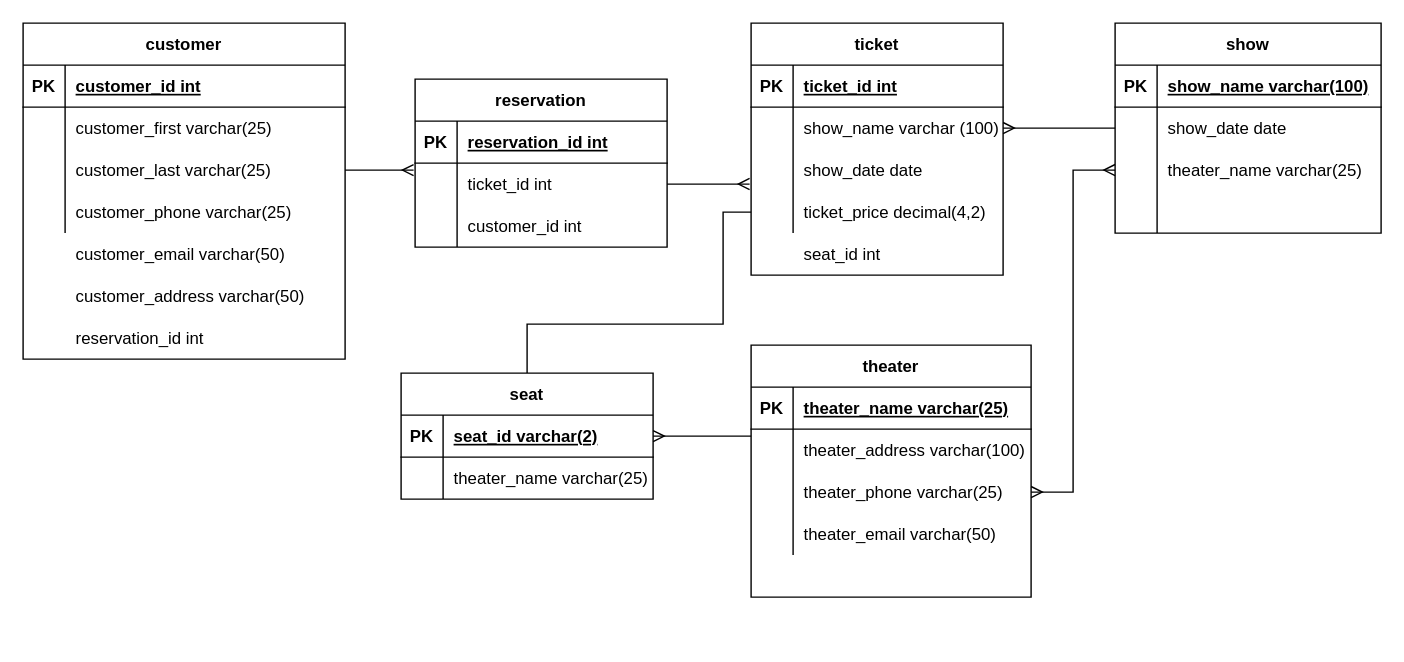
Above: diagram.drawio in cdoty7/tiny-theaters (draw.io), before the change. Source tidied: cells renumbered, new cells numbered last; positions are measured from the earlier drawing's top-left corner, leaving out a move shared by most shapes. Both pictures are drawn from the tidied source at 140%, with x=0, y=0 at pixel (22, 22).
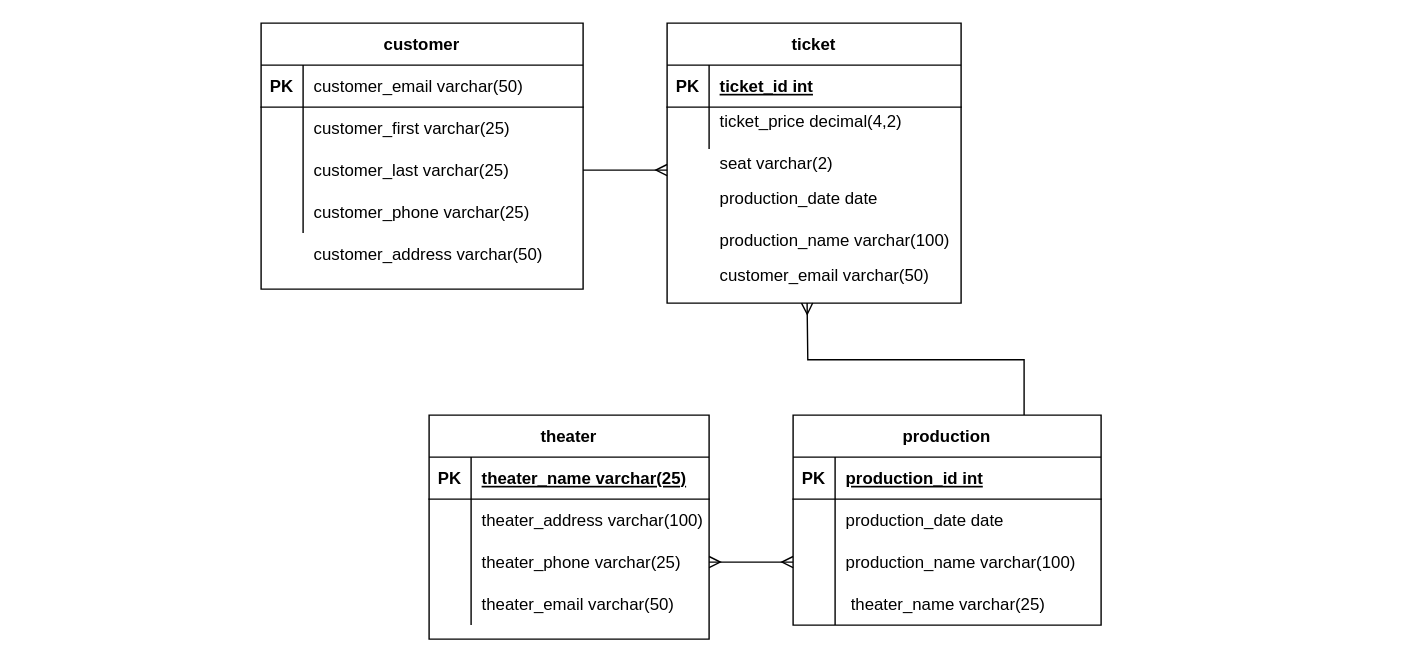
The same page after the edit.

The change refers to these unchanged cells:
```xml
<mxCell id="3" style="shape=partialRectangle;fillColor=none;top=0;left=0;bottom=1;right=0;" parent="2" vertex="1">
  <mxGeometry y="30" width="230" height="30" as="geometry" />
</mxCell>
<mxCell id="9" style="shape=partialRectangle;fillColor=none;top=0;left=0;bottom=0;right=0;points=[[0,0.5],[1,0.5]];portConstraint=eastwest;" parent="2" vertex="1">
  <mxGeometry y="90" width="230" height="30" as="geometry" />
</mxCell>
<mxCell id="21" style="shape=partialRectangle;fillColor=none;top=0;left=0;bottom=0;right=0;points=[[0,0.5],[1,0.5]];portConstraint=eastwest;" parent="17" vertex="1">
  <mxGeometry y="60" width="200" height="30" as="geometry" />
</mxCell>
```

Change to the diagram source:
```diff
@@
     <mxCell id="2" value="customer" style="shape=table;startSize=30;childLayout=tableLayout;rowLines=0;fontStyle=1;align=center;" parent="1" vertex="1">
-      <mxGeometry width="230" height="240" as="geometry" />
+      <mxGeometry x="170" width="230" height="190" as="geometry" />
     </mxCell>
@@
-    <mxCell id="5" value="customer_id int" style="shape=partialRectangle;fillColor=none;top=0;left=0;bottom=0;right=0;align=left;spacingLeft=6;fontStyle=5;overflow=hidden;" parent="3" vertex="1">
+    <mxCell id="5" style="shape=partialRectangle;fillColor=none;top=0;left=0;bottom=0;right=0;align=left;spacingLeft=6;fontStyle=5;overflow=hidden;" parent="3" vertex="1">
       <mxGeometry x="30" width="200" height="30" as="geometry" />
     </mxCell>
@@
     <mxCell id="15" value="customer_address varchar(50)" style="shape=partialRectangle;fillColor=none;top=0;left=0;bottom=0;right=0;align=left;spacingLeft=6;overflow=hidden;" parent="1" vertex="1">
-      <mxGeometry x="30" y="180" width="200" height="30" as="geometry" />
+      <mxGeometry x="200" y="150" width="200" height="30" as="geometry" />
     </mxCell>
-    <mxCell id="16" value="reservation_id int" style="shape=partialRectangle;fillColor=none;top=0;left=0;bottom=0;right=0;align=left;spacingLeft=6;overflow=hidden;" parent="1" vertex="1">
-      <mxGeometry x="30" y="210" width="150" height="30" as="geometry" />
-    </mxCell>
     <mxCell id="17" value="theater" style="shape=table;startSize=30;childLayout=tableLayout;rowLines=0;fontStyle=1;align=center;" parent="1" vertex="1">
-      <mxGeometry x="520" y="230" width="200" height="180" as="geometry" />
+      <mxGeometry x="290" y="280" width="200" height="160" as="geometry" />
     </mxCell>
@@
-    <mxCell id="30" value="seat_id int" style="shape=partialRectangle;fillColor=none;top=0;left=0;bottom=0;right=0;align=left;spacingLeft=6;overflow=hidden;" parent="1" vertex="1">
-      <mxGeometry x="550" y="150" width="150" height="30" as="geometry" />
+    <mxCell id="30" value="seat varchar(2)" style="shape=partialRectangle;fillColor=none;top=0;left=0;bottom=0;right=0;align=left;spacingLeft=6;overflow=hidden;" parent="1" vertex="1">
+      <mxGeometry x="490" y="85" width="150" height="30" as="geometry" />
     </mxCell>
     <mxCell id="31" value="customer_email varchar(50)" style="shape=partialRectangle;fillColor=none;top=0;left=0;bottom=0;right=0;align=left;spacingLeft=6;overflow=hidden;" parent="1" vertex="1">
-      <mxGeometry x="30" y="150" width="200" height="30" as="geometry" />
+      <mxGeometry x="200" y="30" width="200" height="30" as="geometry" />
     </mxCell>
-    <mxCell id="32" value="show" style="shape=table;startSize=30;childLayout=tableLayout;rowLines=0;fontStyle=1;align=center;" parent="1" vertex="1">
-      <mxGeometry x="780" width="190" height="150" as="geometry" />
+    <mxCell id="32" value="production" style="shape=table;startSize=30;childLayout=tableLayout;rowLines=0;fontStyle=1;align=center;" parent="1" vertex="1">
+      <mxGeometry x="550" y="280" width="220" height="150" as="geometry" />
     </mxCell>
     <mxCell id="33" style="shape=partialRectangle;fillColor=none;top=0;left=0;bottom=1;right=0;" parent="32" vertex="1">
-      <mxGeometry y="30" width="190" height="30" as="geometry" />
+      <mxGeometry y="30" width="220" height="30" as="geometry" />
     </mxCell>
@@
-    <mxCell id="35" value="show_name varchar(100)" style="shape=partialRectangle;fillColor=none;top=0;left=0;bottom=0;right=0;align=left;spacingLeft=6;fontStyle=5;overflow=hidden;" parent="33" vertex="1">
-      <mxGeometry x="30" width="160" height="30" as="geometry" />
+    <mxCell id="35" value="production_id int" style="shape=partialRectangle;fillColor=none;top=0;left=0;bottom=0;right=0;align=left;spacingLeft=6;fontStyle=5;overflow=hidden;" parent="33" vertex="1">
+      <mxGeometry x="30" width="190" height="30" as="geometry" />
     </mxCell>
     <mxCell id="36" style="shape=partialRectangle;fillColor=none;top=0;left=0;bottom=0;right=0;points=[[0,0.5],[1,0.5]];portConstraint=eastwest;" parent="32" vertex="1">
-      <mxGeometry y="60" width="190" height="30" as="geometry" />
+      <mxGeometry y="60" width="220" height="30" as="geometry" />
     </mxCell>
@@
-    <mxCell id="38" value="show_date date" style="shape=partialRectangle;fillColor=none;top=0;left=0;bottom=0;right=0;align=left;spacingLeft=6;overflow=hidden;" parent="36" vertex="1">
-      <mxGeometry x="30" width="160" height="30" as="geometry" />
+    <mxCell id="38" value="production_date date" style="shape=partialRectangle;fillColor=none;top=0;left=0;bottom=0;right=0;align=left;spacingLeft=6;overflow=hidden;" parent="36" vertex="1">
+      <mxGeometry x="30" width="190" height="30" as="geometry" />
     </mxCell>
     <mxCell id="39" style="shape=partialRectangle;fillColor=none;top=0;left=0;bottom=0;right=0;points=[[0,0.5],[1,0.5]];portConstraint=eastwest;" parent="32" vertex="1">
-      <mxGeometry y="90" width="190" height="30" as="geometry" />
+      <mxGeometry y="90" width="220" height="30" as="geometry" />
     </mxCell>
@@
-    <mxCell id="41" value="theater_name varchar(25)" style="shape=partialRectangle;fillColor=none;top=0;left=0;bottom=0;right=0;align=left;spacingLeft=6;overflow=hidden;" parent="39" vertex="1">
-      <mxGeometry x="30" width="160" height="30" as="geometry" />
+    <mxCell id="41" value="production_name varchar(100)" style="shape=partialRectangle;fillColor=none;top=0;left=0;bottom=0;right=0;align=left;spacingLeft=6;overflow=hidden;" parent="39" vertex="1">
+      <mxGeometry x="30" width="190" height="30" as="geometry" />
     </mxCell>
     <mxCell id="42" style="shape=partialRectangle;fillColor=none;top=0;left=0;bottom=0;right=0;" parent="32" vertex="1">
-      <mxGeometry y="120" width="190" height="30" as="geometry" />
+      <mxGeometry y="120" width="220" height="30" as="geometry" />
     </mxCell>
@@
     <mxCell id="44" style="shape=partialRectangle;fillColor=none;top=0;left=0;bottom=0;right=0;align=left;spacingLeft=6;overflow=hidden;" parent="42" vertex="1">
-      <mxGeometry x="30" width="160" height="30" as="geometry" />
+      <mxGeometry x="30" width="190" height="30" as="geometry" />
     </mxCell>
@@
     <mxCell id="46" value="ticket" style="shape=table;startSize=30;childLayout=tableLayout;rowLines=0;fontStyle=1;align=center;" parent="1" vertex="1">
-      <mxGeometry x="520" width="180" height="180" as="geometry" />
+      <mxGeometry x="460" width="210" height="200" as="geometry" />
     </mxCell>
     <mxCell id="47" style="shape=partialRectangle;fillColor=none;top=0;left=0;bottom=1;right=0;" parent="46" vertex="1">
-      <mxGeometry y="30" width="180" height="30" as="geometry" />
+      <mxGeometry y="30" width="210" height="30" as="geometry" />
     </mxCell>
@@
     <mxCell id="49" value="ticket_id int" style="shape=partialRectangle;fillColor=none;top=0;left=0;bottom=0;right=0;align=left;spacingLeft=6;fontStyle=5;overflow=hidden;" parent="47" vertex="1">
-      <mxGeometry x="30" width="150" height="30" as="geometry" />
+      <mxGeometry x="30" width="180" height="30" as="geometry" />
     </mxCell>
-    <mxCell id="50" style="shape=partialRectangle;fillColor=none;top=0;left=0;bottom=0;right=0;points=[[0,0.5],[1,0.5]];portConstraint=eastwest;" parent="46" vertex="1">
-      <mxGeometry y="60" width="180" height="30" as="geometry" />
-    </mxCell>
-    <mxCell id="51" style="shape=partialRectangle;fillColor=none;top=0;left=0;bottom=0;right=0;overflow=hidden;" parent="50" vertex="1">
-      <mxGeometry width="30" height="30" as="geometry" />
-    </mxCell>
-    <mxCell id="52" value="show_name varchar (100)" style="shape=partialRectangle;fillColor=none;top=0;left=0;bottom=0;right=0;align=left;spacingLeft=6;overflow=hidden;" parent="50" vertex="1">
-      <mxGeometry x="30" width="150" height="30" as="geometry" />
-    </mxCell>
     <mxCell id="53" style="shape=partialRectangle;fillColor=none;top=0;left=0;bottom=0;right=0;points=[[0,0.5],[1,0.5]];portConstraint=eastwest;" parent="46" vertex="1">
-      <mxGeometry y="90" width="180" height="30" as="geometry" />
+      <mxGeometry y="60" width="210" height="30" as="geometry" />
     </mxCell>
@@
-    <mxCell id="55" value="show_date date" style="shape=partialRectangle;fillColor=none;top=0;left=0;bottom=0;right=0;align=left;spacingLeft=6;overflow=hidden;" parent="53" vertex="1">
-      <mxGeometry x="30" width="150" height="30" as="geometry" />
+    <mxCell id="55" style="shape=partialRectangle;fillColor=none;top=0;left=0;bottom=0;right=0;align=left;spacingLeft=6;overflow=hidden;" parent="53" vertex="1">
+      <mxGeometry x="30" width="180" height="30" as="geometry" />
     </mxCell>
-    <mxCell id="56" style="shape=partialRectangle;fillColor=none;top=0;left=0;bottom=0;right=0;points=[[0,0.5],[1,0.5]];portConstraint=eastwest;" parent="46" vertex="1">
-      <mxGeometry y="120" width="180" height="30" as="geometry" />
-    </mxCell>
-    <mxCell id="57" style="shape=partialRectangle;fillColor=none;top=0;left=0;bottom=0;right=0;overflow=hidden;" parent="56" vertex="1">
-      <mxGeometry width="30" height="30" as="geometry" />
-    </mxCell>
-    <mxCell id="58" style="shape=partialRectangle;fillColor=none;top=0;left=0;bottom=0;right=0;align=left;spacingLeft=6;overflow=hidden;" parent="56" vertex="1">
-      <mxGeometry x="30" width="150" height="30" as="geometry" />
-    </mxCell>
     <mxCell id="59" value="ticket_price decimal(4,2)" style="shape=partialRectangle;fillColor=none;top=0;left=0;bottom=0;right=0;align=left;spacingLeft=6;overflow=hidden;" parent="1" vertex="1">
-      <mxGeometry x="550" y="120" width="150" height="30" as="geometry" />
+      <mxGeometry x="490" y="55" width="150" height="30" as="geometry" />
     </mxCell>
-    <mxCell id="60" style="edgeStyle=orthogonalEdgeStyle;rounded=0;jettySize=auto;html=1;startArrow=ERmany;startFill=0;endArrow=none;endFill=0;" parent="1" edge="1" source="50" target="36">
-      <mxGeometry relative="1" as="geometry">
-        <Array as="points">
-          <mxPoint x="710" y="75" />
-          <mxPoint x="710" y="75" />
-        </Array>
-      </mxGeometry>
-    </mxCell>
-    <mxCell id="61" style="edgeStyle=orthogonalEdgeStyle;rounded=0;jettySize=auto;html=1;startArrow=none;startFill=0;endArrow=none;endFill=0;" parent="1" edge="1" source="62" target="56">
-      <mxGeometry relative="1" as="geometry">
-        <Array as="points">
-          <mxPoint x="360" y="215" />
-          <mxPoint x="500" y="215" />
-          <mxPoint x="500" y="135" />
-        </Array>
-      </mxGeometry>
-    </mxCell>
-    <mxCell id="62" value="seat" style="shape=table;startSize=30;childLayout=tableLayout;rowLines=0;fontStyle=1;align=center;" parent="1" vertex="1">
-      <mxGeometry x="270" y="250" width="180" height="90" as="geometry" />
-    </mxCell>
-    <mxCell id="63" style="shape=partialRectangle;fillColor=none;top=0;left=0;bottom=1;right=0;points=[[0,0.5],[1,0.5]];portConstraint=eastwest;" parent="62" vertex="1">
-      <mxGeometry y="30" width="180" height="30" as="geometry" />
-    </mxCell>
-    <mxCell id="64" value="PK" style="shape=partialRectangle;fillColor=none;top=0;left=0;bottom=0;right=0;fontStyle=1;overflow=hidden;" parent="63" vertex="1">
-      <mxGeometry width="30" height="30" as="geometry" />
-    </mxCell>
-    <mxCell id="65" value="seat_id varchar(2)" style="shape=partialRectangle;fillColor=none;top=0;left=0;bottom=0;right=0;align=left;spacingLeft=6;fontStyle=5;overflow=hidden;" parent="63" vertex="1">
-      <mxGeometry x="30" width="150" height="30" as="geometry" />
-    </mxCell>
-    <mxCell id="66" style="shape=partialRectangle;fillColor=none;top=0;left=0;bottom=0;right=0;" parent="62" vertex="1">
-      <mxGeometry y="60" width="180" height="30" as="geometry" />
-    </mxCell>
-    <mxCell id="67" style="shape=partialRectangle;fillColor=none;top=0;left=0;bottom=0;right=0;overflow=hidden;" parent="66" vertex="1">
-      <mxGeometry width="30" height="30" as="geometry" />
-    </mxCell>
+    <mxCell id="82" style="edgeStyle=orthogonalEdgeStyle;rounded=0;jettySize=auto;html=1;entryX=0.75;entryY=0;entryDx=0;entryDy=0;startArrow=ERmany;startFill=0;endArrow=none;endFill=0;" parent="1" edge="1" target="32">
+      <mxGeometry relative="1" as="geometry">
+        <mxPoint x="560" y="200" as="sourcePoint" />
+      </mxGeometry>
+    </mxCell>
+    <mxCell id="80" style="edgeStyle=orthogonalEdgeStyle;rounded=0;jettySize=auto;html=1;startArrow=none;startFill=0;endArrow=ERmany;endFill=0;" parent="1" edge="1" source="9">
+      <mxGeometry relative="1" as="geometry">
+        <mxPoint x="460" y="105" as="targetPoint" />
+      </mxGeometry>
+    </mxCell>
+    <mxCell id="83" style="shape=partialRectangle;fillColor=none;top=0;left=0;bottom=0;right=0;" parent="1" vertex="1">
+      <mxGeometry x="555" y="400" width="210" height="30" as="geometry" />
+    </mxCell>
+    <mxCell id="84" style="shape=partialRectangle;fillColor=none;top=0;left=0;bottom=0;right=0;overflow=hidden;" parent="83" vertex="1">
+      <mxGeometry width="28.6" height="30" as="geometry" />
+    </mxCell>
-    <mxCell id="68" value="theater_name varchar(25)" style="shape=partialRectangle;fillColor=none;top=0;left=0;bottom=0;right=0;align=left;spacingLeft=6;overflow=hidden;" parent="66" vertex="1">
-      <mxGeometry x="30" width="150" height="30" as="geometry" />
+    <mxCell id="68" value="theater_name varchar(25)" style="shape=partialRectangle;fillColor=none;top=0;left=0;bottom=0;right=0;align=left;spacingLeft=6;overflow=hidden;" parent="83" vertex="1">
+      <mxGeometry x="28.6" width="181.4" height="30" as="geometry" />
     </mxCell>
-    <mxCell id="69" style="edgeStyle=orthogonalEdgeStyle;rounded=0;jettySize=auto;html=1;entryX=0;entryY=0.167;entryDx=0;entryDy=0;entryPerimeter=0;startArrow=ERmany;startFill=0;endArrow=none;endFill=0;" parent="1" edge="1" source="63" target="21">
-      <mxGeometry relative="1" as="geometry" />
-    </mxCell>
-    <mxCell id="70" value="reservation" style="shape=table;startSize=30;childLayout=tableLayout;rowLines=0;fontStyle=1;align=center;" parent="1" vertex="1">
-      <mxGeometry x="280" y="40" width="180" height="120" as="geometry" />
-    </mxCell>
-    <mxCell id="71" style="shape=partialRectangle;fillColor=none;top=0;left=0;bottom=1;right=0;" parent="70" vertex="1">
-      <mxGeometry y="30" width="180" height="30" as="geometry" />
-    </mxCell>
-    <mxCell id="72" value="PK" style="shape=partialRectangle;fillColor=none;top=0;left=0;bottom=0;right=0;fontStyle=1;overflow=hidden;" parent="71" vertex="1">
-      <mxGeometry width="30" height="30" as="geometry" />
-    </mxCell>
-    <mxCell id="73" value="reservation_id int" style="shape=partialRectangle;fillColor=none;top=0;left=0;bottom=0;right=0;align=left;spacingLeft=6;fontStyle=5;overflow=hidden;" parent="71" vertex="1">
-      <mxGeometry x="30" width="150" height="30" as="geometry" />
-    </mxCell>
-    <mxCell id="74" style="shape=partialRectangle;fillColor=none;top=0;left=0;bottom=0;right=0;points=[[0,0.5],[1,0.5]];portConstraint=eastwest;" parent="70" vertex="1">
-      <mxGeometry y="60" width="180" height="30" as="geometry" />
-    </mxCell>
-    <mxCell id="75" style="shape=partialRectangle;fillColor=none;top=0;left=0;bottom=0;right=0;overflow=hidden;" parent="74" vertex="1">
-      <mxGeometry width="30" height="30" as="geometry" />
-    </mxCell>
-    <mxCell id="76" value="ticket_id int" style="shape=partialRectangle;fillColor=none;top=0;left=0;bottom=0;right=0;align=left;spacingLeft=6;overflow=hidden;" parent="74" vertex="1">
-      <mxGeometry x="30" width="150" height="30" as="geometry" />
-    </mxCell>
-    <mxCell id="77" style="shape=partialRectangle;fillColor=none;top=0;left=0;bottom=0;right=0;" parent="70" vertex="1">
-      <mxGeometry y="90" width="180" height="30" as="geometry" />
-    </mxCell>
-    <mxCell id="78" style="shape=partialRectangle;fillColor=none;top=0;left=0;bottom=0;right=0;overflow=hidden;" parent="77" vertex="1">
-      <mxGeometry width="30" height="30" as="geometry" />
-    </mxCell>
-    <mxCell id="79" value="customer_id int" style="shape=partialRectangle;fillColor=none;top=0;left=0;bottom=0;right=0;align=left;spacingLeft=6;overflow=hidden;" parent="77" vertex="1">
-      <mxGeometry x="30" width="150" height="30" as="geometry" />
-    </mxCell>
-    <mxCell id="80" style="edgeStyle=orthogonalEdgeStyle;rounded=0;jettySize=auto;html=1;entryX=-0.006;entryY=0.167;entryDx=0;entryDy=0;entryPerimeter=0;startArrow=none;startFill=0;endArrow=ERmany;endFill=0;" parent="1" edge="1" source="9" target="74">
-      <mxGeometry relative="1" as="geometry" />
-    </mxCell>
-    <mxCell id="81" style="edgeStyle=orthogonalEdgeStyle;rounded=0;jettySize=auto;html=1;entryX=-0.006;entryY=0.833;entryDx=0;entryDy=0;entryPerimeter=0;startArrow=none;startFill=0;endArrow=ERmany;endFill=0;" parent="1" edge="1" source="74" target="53">
-      <mxGeometry relative="1" as="geometry" />
-    </mxCell>
+    <mxCell id="85" style="shape=partialRectangle;fillColor=none;top=0;left=0;bottom=0;right=0;" parent="1" vertex="1">
+      <mxGeometry x="460" y="170" width="200" height="20" as="geometry" />
+    </mxCell>
+    <mxCell id="86" style="shape=partialRectangle;fillColor=none;top=0;left=0;bottom=0;right=0;overflow=hidden;" parent="85" vertex="1">
+      <mxGeometry width="23.2" height="20" as="geometry" />
+    </mxCell>
+    <mxCell id="87" value="customer_email varchar(50)" style="shape=partialRectangle;fillColor=none;top=0;left=0;bottom=0;right=0;align=left;spacingLeft=6;overflow=hidden;" parent="85" vertex="1">
+      <mxGeometry x="30" width="170" height="20" as="geometry" />
+    </mxCell>
+    <mxCell id="88" style="shape=partialRectangle;fillColor=none;top=0;left=0;bottom=0;right=0;" parent="1" vertex="1">
+      <mxGeometry x="460" y="110" width="170" height="30" as="geometry" />
+    </mxCell>
+    <mxCell id="89" style="shape=partialRectangle;fillColor=none;top=0;left=0;bottom=0;right=0;overflow=hidden;" parent="88" vertex="1">
+      <mxGeometry width="23.2" height="30" as="geometry" />
+    </mxCell>
+    <mxCell id="90" value="production_date date" style="shape=partialRectangle;fillColor=none;top=0;left=0;bottom=0;right=0;align=left;spacingLeft=6;overflow=hidden;" parent="88" vertex="1">
+      <mxGeometry x="30" width="140" height="30" as="geometry" />
+    </mxCell>
+    <mxCell id="91" value="production_name varchar(100)" style="shape=partialRectangle;fillColor=none;top=0;left=0;bottom=0;right=0;align=left;spacingLeft=6;overflow=hidden;" parent="1" vertex="1">
+      <mxGeometry x="490" y="140" width="190" height="30" as="geometry" />
+    </mxCell>
```
